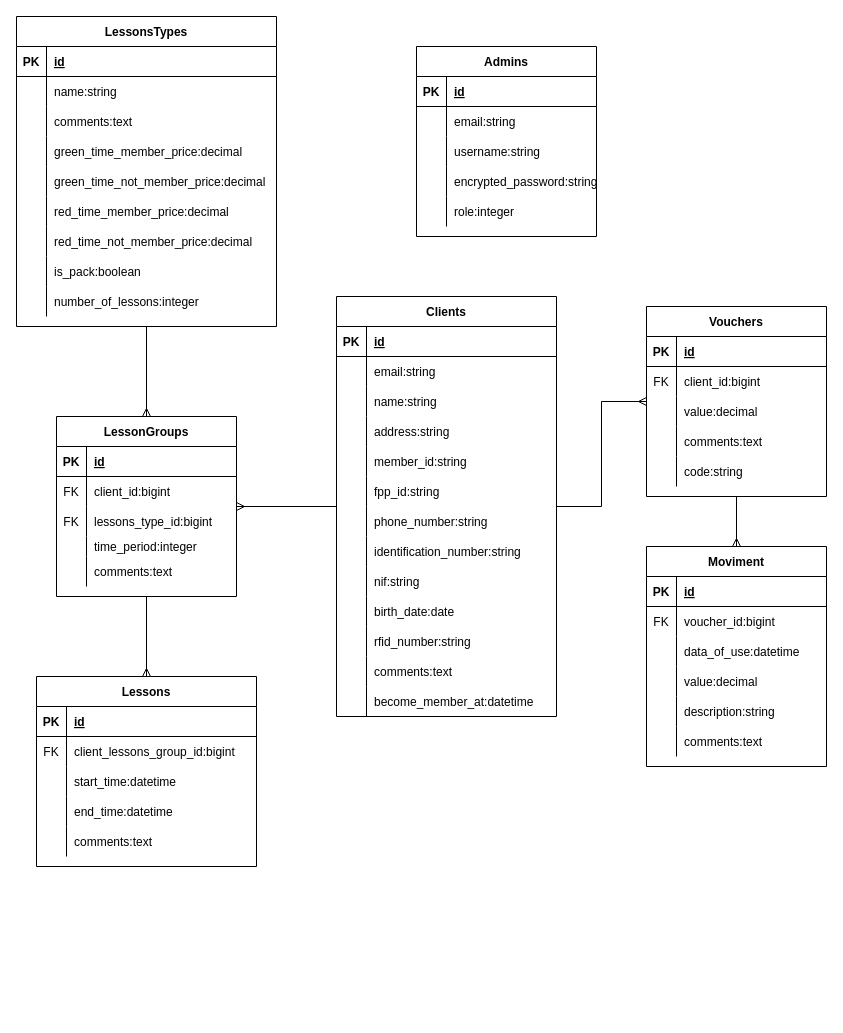
rpbarata/starpadel keeps this draw.io diagram as er.drawio. Above is the earlier version. Source tidied: cells renumbered, new cells numbered last; positions are measured from the earlier drawing's top-left corner, leaving out a move shared by most shapes. Both pictures are drawn from the tidied source at 100%, with x=0, y=0 at pixel (16, 16).
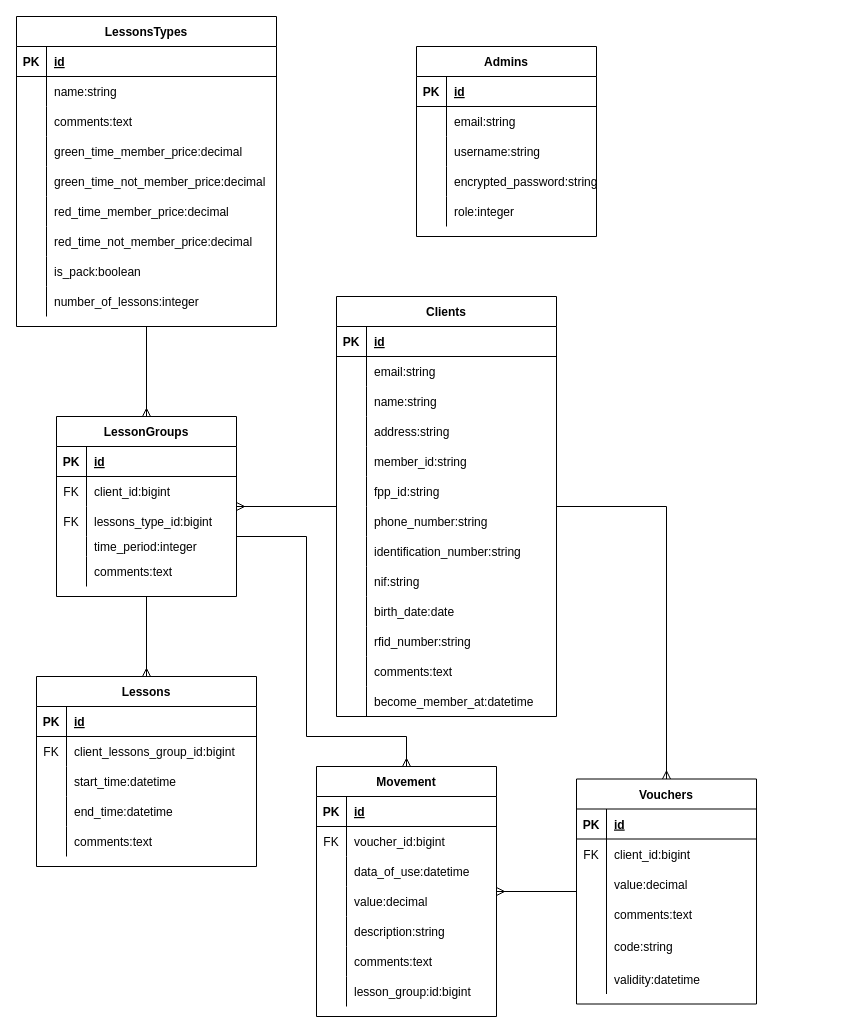
The same diagram, later.

Unchanged cells that the change refers to:
```xml
<mxCell id="142" value="LessonGroups" style="shape=table;startSize=30;childLayout=tableLayout;rowLines=0;fontStyle=1;align=center;" parent="1" vertex="1">
  <mxGeometry x="40" y="400" width="180" height="180" as="geometry" />
</mxCell>
```

What changed in the source:
```diff
@@
     <mxCell id="106" value="Vouchers" style="shape=table;startSize=30;childLayout=tableLayout;rowLines=0;fontStyle=1;align=center;" parent="1" vertex="1">
-      <mxGeometry x="630" y="290" width="180" height="190" as="geometry" />
+      <mxGeometry x="560" y="762.5" width="180" height="225" as="geometry" />
     </mxCell>
@@
     <mxCell id="119" style="shape=partialRectangle;fillColor=none;top=0;left=0;bottom=0;right=0;" parent="106" vertex="1">
-      <mxGeometry y="150" width="180" height="30" as="geometry" />
+      <mxGeometry y="150" width="180" height="35" as="geometry" />
     </mxCell>
     <mxCell id="120" style="shape=partialRectangle;fillColor=none;top=0;left=0;bottom=0;right=0;overflow=hidden;" parent="119" vertex="1">
-      <mxGeometry width="30" height="30" as="geometry" />
+      <mxGeometry width="30" height="35" as="geometry" />
     </mxCell>
     <mxCell id="121" value="code:string" style="shape=partialRectangle;fillColor=none;top=0;left=0;bottom=0;right=0;align=left;spacingLeft=6;overflow=hidden;" parent="119" vertex="1">
-      <mxGeometry x="30" width="150" height="30" as="geometry" />
+      <mxGeometry x="30" width="150" height="35" as="geometry" />
     </mxCell>
+    <mxCell id="158" style="shape=partialRectangle;fillColor=none;top=0;left=0;bottom=0;right=0;" parent="106" vertex="1">
+      <mxGeometry y="185" width="180" height="30" as="geometry" />
+    </mxCell>
+    <mxCell id="159" style="shape=partialRectangle;fillColor=none;top=0;left=0;bottom=0;right=0;overflow=hidden;" parent="158" vertex="1">
+      <mxGeometry width="30" height="30" as="geometry" />
+    </mxCell>
+    <mxCell id="160" value="validity:datetime" style="shape=partialRectangle;fillColor=none;top=0;left=0;bottom=0;right=0;align=left;spacingLeft=6;overflow=hidden;" parent="158" vertex="1">
+      <mxGeometry x="30" width="150" height="30" as="geometry" />
+    </mxCell>
+    <mxCell id="161" style="edgeStyle=orthogonalEdgeStyle;rounded=0;jettySize=auto;html=1;startArrow=ERmany;startFill=0;endArrow=none;endFill=0;" parent="1" edge="1" source="122" target="142">
+      <mxGeometry relative="1" as="geometry">
+        <Array as="points">
+          <mxPoint x="290" y="720" />
+          <mxPoint x="290" y="520" />
+        </Array>
+      </mxGeometry>
+    </mxCell>
-    <mxCell id="122" value="Moviment" style="shape=table;startSize=30;childLayout=tableLayout;rowLines=0;fontStyle=1;align=center;" parent="1" vertex="1">
-      <mxGeometry x="630" y="530" width="180" height="220" as="geometry" />
+    <mxCell id="122" value="Movement" style="shape=table;startSize=30;childLayout=tableLayout;rowLines=0;fontStyle=1;align=center;" parent="1" vertex="1">
+      <mxGeometry x="300" y="750" width="180" height="250" as="geometry" />
     </mxCell>
@@
+    <mxCell id="162" style="shape=partialRectangle;fillColor=none;top=0;left=0;bottom=0;right=0;" parent="122" vertex="1">
+      <mxGeometry y="210" width="180" height="30" as="geometry" />
+    </mxCell>
+    <mxCell id="163" style="shape=partialRectangle;fillColor=none;top=0;left=0;bottom=0;right=0;overflow=hidden;" parent="162" vertex="1">
+      <mxGeometry width="30" height="30" as="geometry" />
+    </mxCell>
+    <mxCell id="164" value="lesson_group:id:bigint" style="shape=partialRectangle;fillColor=none;top=0;left=0;bottom=0;right=0;align=left;spacingLeft=6;overflow=hidden;" parent="162" vertex="1">
+      <mxGeometry x="30" width="150" height="30" as="geometry" />
+    </mxCell>
```
